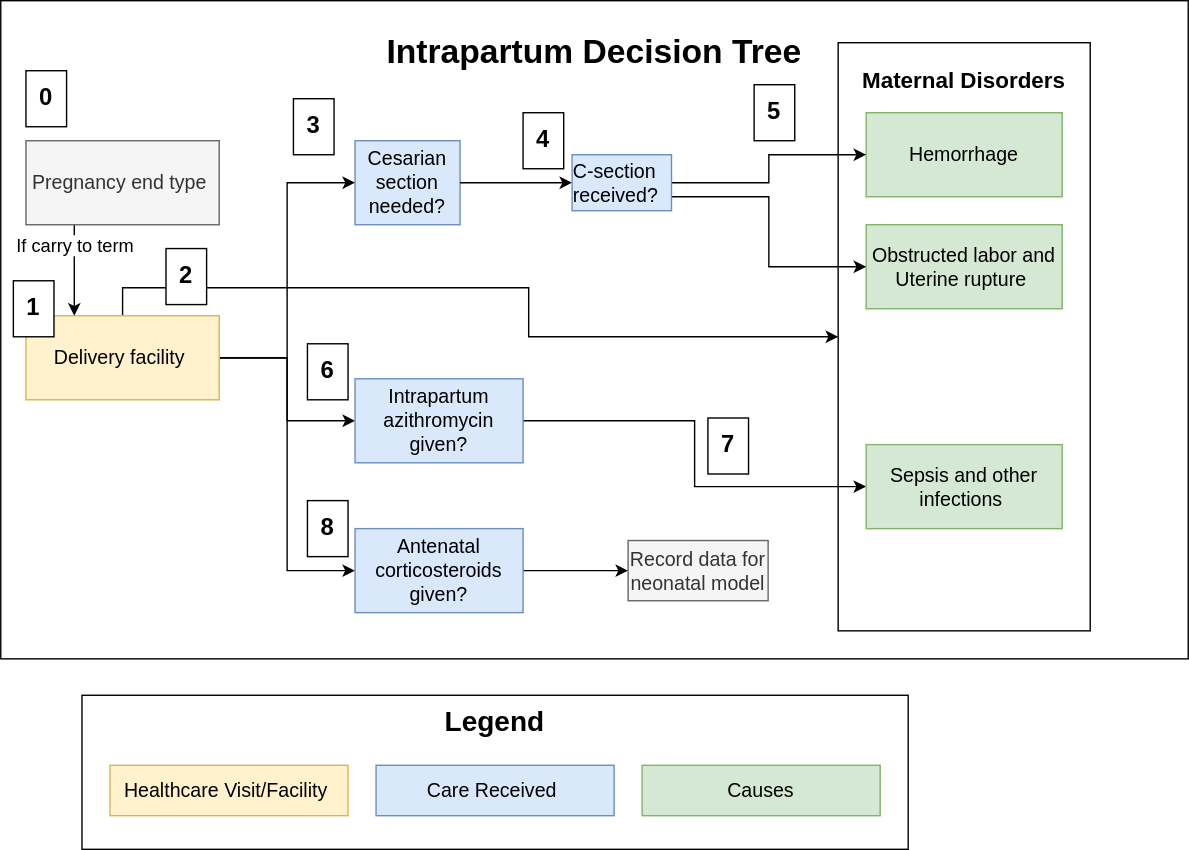
The draw.io diagram docs/source/models/concept_models/vivarium_mncnh_portfolio/intrapartum_decision_tree_vr.svg in ihmeuw/vivarium_research, before a commit. Source tidied: cells renumbered, new cells last; positions are measured from the earlier drawing's top-left corner, leaving out a move shared by most shapes.
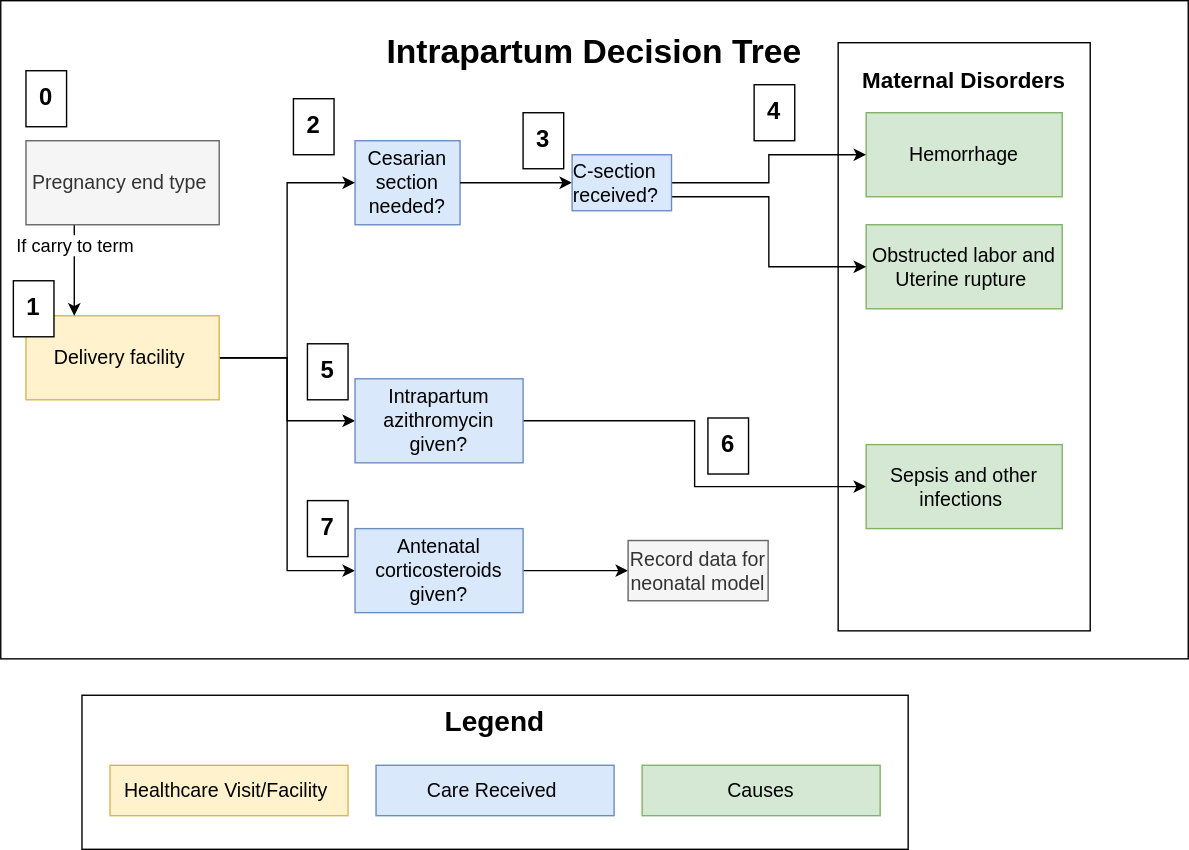
Later version of the same file.

Change to the diagram source:
```diff
@@ -20,9 +20,6 @@
     <mxCell id="7" style="edgeStyle=orthogonalEdgeStyle;rounded=0;jettySize=auto;html=1;exitX=1;exitY=0.5;exitDx=0;exitDy=0;entryX=0;entryY=0.5;entryDx=0;entryDy=0;" parent="1" edge="1" source="9" target="18">
       <mxGeometry relative="1" as="geometry" />
     </mxCell>
-    <mxCell id="8" style="edgeStyle=orthogonalEdgeStyle;rounded=0;jettySize=auto;html=1;exitX=0.5;exitY=0;exitDx=0;exitDy=0;entryX=0;entryY=0.5;entryDx=0;entryDy=0;" parent="1" edge="1" source="9" target="3">
-      <mxGeometry relative="1" as="geometry" />
-    </mxCell>
     <mxCell id="9" value="&lt;font style=&quot;font-size: 14px;&quot;&gt;Delivery facility&amp;nbsp;&lt;/font&gt;" style="whiteSpace=wrap;html=1;hachureGap=4;fontFamily=Helvetica;fillColor=#fff2cc;strokeColor=#d6b656;" parent="1" vertex="1">
       <mxGeometry x="18" y="225" width="138" height="60" as="geometry" />
     </mxCell>
@@ -77,25 +74,22 @@
     <mxCell id="26" value="&lt;b&gt;&lt;font style=&quot;font-size: 17px;&quot;&gt;1&lt;/font&gt;&lt;/b&gt;" style="whiteSpace=wrap;html=1;hachureGap=4;fontFamily=Helvetica;" parent="1" vertex="1">
       <mxGeometry x="9" y="200" width="29" height="40" as="geometry" />
     </mxCell>
-    <mxCell id="27" value="&lt;b&gt;&lt;font style=&quot;font-size: 17px;&quot;&gt;3&lt;/font&gt;&lt;/b&gt;" style="whiteSpace=wrap;html=1;hachureGap=4;fontFamily=Helvetica;" parent="1" vertex="1">
+    <mxCell id="27" value="&lt;b&gt;&lt;font style=&quot;font-size: 17px;&quot;&gt;2&lt;/font&gt;&lt;/b&gt;" style="whiteSpace=wrap;html=1;hachureGap=4;fontFamily=Helvetica;" parent="1" vertex="1">
       <mxGeometry x="209" y="70" width="29" height="40" as="geometry" />
     </mxCell>
-    <mxCell id="28" value="&lt;b&gt;&lt;font style=&quot;font-size: 17px;&quot;&gt;2&lt;/font&gt;&lt;/b&gt;" style="whiteSpace=wrap;html=1;hachureGap=4;fontFamily=Helvetica;" parent="1" vertex="1">
-      <mxGeometry x="118" y="177" width="29" height="40" as="geometry" />
-    </mxCell>
-    <mxCell id="29" value="&lt;b&gt;&lt;font style=&quot;font-size: 17px;&quot;&gt;4&lt;/font&gt;&lt;/b&gt;" style="whiteSpace=wrap;html=1;hachureGap=4;fontFamily=Helvetica;" parent="1" vertex="1">
+    <mxCell id="29" value="&lt;b&gt;&lt;font style=&quot;font-size: 17px;&quot;&gt;3&lt;/font&gt;&lt;/b&gt;" style="whiteSpace=wrap;html=1;hachureGap=4;fontFamily=Helvetica;" parent="1" vertex="1">
       <mxGeometry x="373" y="80" width="29" height="40" as="geometry" />
     </mxCell>
-    <mxCell id="30" value="&lt;b&gt;&lt;font style=&quot;font-size: 17px;&quot;&gt;5&lt;/font&gt;&lt;/b&gt;" style="whiteSpace=wrap;html=1;hachureGap=4;fontFamily=Helvetica;" parent="1" vertex="1">
+    <mxCell id="30" value="&lt;b&gt;&lt;font style=&quot;font-size: 17px;&quot;&gt;4&lt;/font&gt;&lt;/b&gt;" style="whiteSpace=wrap;html=1;hachureGap=4;fontFamily=Helvetica;" parent="1" vertex="1">
       <mxGeometry x="538" y="60" width="29" height="40" as="geometry" />
     </mxCell>
-    <mxCell id="31" value="&lt;b&gt;&lt;font style=&quot;font-size: 17px;&quot;&gt;6&lt;/font&gt;&lt;/b&gt;" style="whiteSpace=wrap;html=1;hachureGap=4;fontFamily=Helvetica;" parent="1" vertex="1">
+    <mxCell id="31" value="&lt;b&gt;&lt;font style=&quot;font-size: 17px;&quot;&gt;5&lt;/font&gt;&lt;/b&gt;" style="whiteSpace=wrap;html=1;hachureGap=4;fontFamily=Helvetica;" parent="1" vertex="1">
       <mxGeometry x="219" y="245" width="29" height="40" as="geometry" />
     </mxCell>
-    <mxCell id="32" value="&lt;b&gt;&lt;font style=&quot;font-size: 17px;&quot;&gt;7&lt;/font&gt;&lt;/b&gt;" style="whiteSpace=wrap;html=1;hachureGap=4;fontFamily=Helvetica;" parent="1" vertex="1">
+    <mxCell id="32" value="&lt;b&gt;&lt;font style=&quot;font-size: 17px;&quot;&gt;6&lt;/font&gt;&lt;/b&gt;" style="whiteSpace=wrap;html=1;hachureGap=4;fontFamily=Helvetica;" parent="1" vertex="1">
       <mxGeometry x="505" y="298" width="29" height="40" as="geometry" />
     </mxCell>
-    <mxCell id="33" value="&lt;b&gt;&lt;font style=&quot;font-size: 17px;&quot;&gt;8&lt;/font&gt;&lt;/b&gt;" style="whiteSpace=wrap;html=1;hachureGap=4;fontFamily=Helvetica;" parent="1" vertex="1">
+    <mxCell id="33" value="&lt;b&gt;&lt;font style=&quot;font-size: 17px;&quot;&gt;7&lt;/font&gt;&lt;/b&gt;" style="whiteSpace=wrap;html=1;hachureGap=4;fontFamily=Helvetica;" parent="1" vertex="1">
       <mxGeometry x="219" y="357" width="29" height="40" as="geometry" />
     </mxCell>
     <mxCell id="34" style="edgeStyle=orthogonalEdgeStyle;rounded=0;jettySize=auto;html=1;exitX=0.25;exitY=1;exitDx=0;exitDy=0;entryX=0.25;entryY=0;entryDx=0;entryDy=0;" parent="1" edge="1" source="36" target="9">
```
